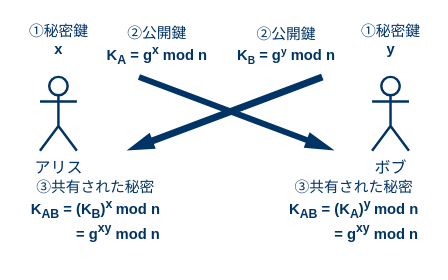
Above: img/8-dh-key-exchange.dio in akakou-doc/pubkey-crypto (draw.io), before the change. Source tidied: cells renumbered, new cells numbered last; positions are measured from the earlier drawing's top-left corner, leaving out a move shared by most shapes. Both pictures are drawn from the tidied source at 123%, with x=0, y=0 at pixel (21, 21).
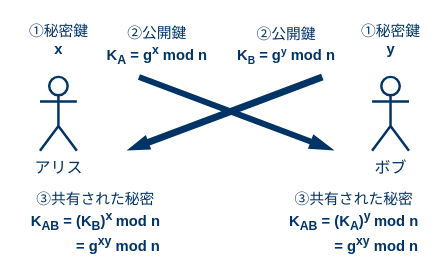
After the change.

Change to the diagram source:
```diff
@@
 <mxGraphModel>
   <root>
     <mxCell id="0" />
     <mxCell id="1" parent="0" />
     <mxCell id="2" value="&lt;font color=&quot;#003366&quot; style=&quot;font-size: 13px&quot;&gt;アリス&lt;br&gt;&lt;/font&gt;" style="shape=umlActor;verticalLabelPosition=bottom;labelBackgroundColor=#ffffff;verticalAlign=top;html=1;strokeColor=#003366;strokeWidth=2;" parent="1" vertex="1">
       <mxGeometry x="15" y="45" width="30" height="60" as="geometry" />
     </mxCell>
     <mxCell id="3" value="&lt;font color=&quot;#003366&quot; style=&quot;font-size: 13px&quot;&gt;ボブ&lt;br&gt;&lt;/font&gt;" style="shape=umlActor;verticalLabelPosition=bottom;labelBackgroundColor=#ffffff;verticalAlign=top;html=1;strokeColor=#003366;strokeWidth=2;" parent="1" vertex="1">
       <mxGeometry x="285" y="45" width="30" height="60" as="geometry" />
     </mxCell>
-    <mxCell id="4" style="shape=flexArrow;endArrow=classic;html=1;endWidth=7.359999999999999;endSize=7.208;fillColor=#003366;strokeColor=none;startSize=6;width=5.6;" parent="1" edge="1">
+    <mxCell id="4" style="shape=flexArrow;endArrow=classic;html=1;endWidth=5.8;endSize=6;fillColor=#003366;strokeColor=none;startSize=6;width=5.6;" parent="1" edge="1">
       <mxGeometry relative="1" as="geometry">
         <mxPoint x="245" y="45" as="sourcePoint" />
         <mxPoint x="85" y="105" as="targetPoint" />
       </mxGeometry>
     </mxCell>
-    <mxCell id="5" style="shape=flexArrow;endArrow=classic;html=1;endWidth=7.68;endSize=7.756;fillColor=#003366;strokeColor=none;startSize=6;width=4.8;" parent="1" edge="1">
+    <mxCell id="5" style="shape=flexArrow;endArrow=classic;html=1;endWidth=6.733333333333333;endSize=6.6066666666666665;fillColor=#003366;strokeColor=none;startSize=6;width=4.8;" parent="1" edge="1">
       <mxGeometry relative="1" as="geometry">
         <mxPoint x="95" y="45" as="sourcePoint" />
         <mxPoint x="255" y="105" as="targetPoint" />
       </mxGeometry>
     </mxCell>
     <mxCell id="6" value="&lt;font color=&quot;#003366&quot;&gt;①秘密鍵&lt;br&gt;&lt;b&gt;y&lt;/b&gt;&lt;/font&gt;" style="text;html=1;align=center;verticalAlign=middle;" parent="1" vertex="1">
       <mxGeometry x="270" width="60" height="30" as="geometry" />
     </mxCell>
     <mxCell id="7" value="&lt;font color=&quot;#003366&quot;&gt;①秘密鍵&lt;br&gt;&lt;b&gt;x&lt;/b&gt;&lt;/font&gt;" style="text;html=1;align=center;verticalAlign=middle;" parent="1" vertex="1">
       <mxGeometry width="60" height="30" as="geometry" />
     </mxCell>
     <mxCell id="8" value="&lt;font color=&quot;#003366&quot;&gt;②公開鍵&lt;br&gt;&lt;b&gt;K&lt;sub&gt;A&lt;/sub&gt; = g&lt;sup&gt;x&lt;/sup&gt; mod n&lt;/b&gt;&lt;/font&gt;&lt;sup&gt;&lt;br&gt;&lt;/sup&gt;" style="text;html=1;align=center;verticalAlign=middle;" parent="1" vertex="1">
       <mxGeometry x="60" width="100" height="40" as="geometry" />
     </mxCell>
     <mxCell id="9" value="&lt;font color=&quot;#003366&quot;&gt;②公開鍵&lt;br&gt;&lt;b&gt;K&lt;span style=&quot;font-size: 10px&quot;&gt;&lt;sub&gt;B&lt;/sub&gt;&lt;/span&gt;&amp;nbsp;= g&lt;span style=&quot;font-size: 10px&quot;&gt;&lt;sup&gt;y&lt;/sup&gt;&lt;/span&gt;&amp;nbsp;mod n&lt;/b&gt;&lt;/font&gt;&lt;sup&gt;&lt;br&gt;&lt;/sup&gt;" style="text;html=1;align=center;verticalAlign=middle;" parent="1" vertex="1">
       <mxGeometry x="170" width="90" height="40" as="geometry" />
     </mxCell>
     <mxCell id="10" value="&lt;font color=&quot;#003366&quot;&gt;③共有された秘密&lt;br&gt;&lt;b&gt;K&lt;sub&gt;AB&lt;/sub&gt;&amp;nbsp;= (K&lt;sub&gt;B&lt;/sub&gt;)&lt;sup&gt;x&lt;/sup&gt;&lt;span style=&quot;font-size: 10px&quot;&gt;&amp;nbsp;&lt;/span&gt;mod n&lt;br&gt;&amp;nbsp; &amp;nbsp; &amp;nbsp; &amp;nbsp; &amp;nbsp; &amp;nbsp;= g&lt;sup&gt;xy&lt;/sup&gt;&amp;nbsp;mod n&lt;/b&gt;&lt;/font&gt;&lt;sup&gt;&lt;br&gt;&lt;/sup&gt;" style="text;html=1;align=center;verticalAlign=middle;" parent="1" vertex="1">
-      <mxGeometry y="124" width="120" height="60" as="geometry" />
+      <mxGeometry y="134" width="120" height="60" as="geometry" />
     </mxCell>
     <mxCell id="11" value="&lt;font color=&quot;#003366&quot;&gt;③共有された秘密&lt;br&gt;&lt;b&gt;K&lt;sub&gt;AB&lt;/sub&gt; = (K&lt;sub&gt;A&lt;/sub&gt;)&lt;sup&gt;y&lt;/sup&gt;&lt;span style=&quot;font-size: 10px&quot;&gt;&amp;nbsp;&lt;/span&gt;mod n&lt;br&gt;&amp;nbsp; &amp;nbsp; &amp;nbsp; &amp;nbsp; &amp;nbsp; &amp;nbsp;= g&lt;sup&gt;xy&lt;/sup&gt;&amp;nbsp;mod n&lt;/b&gt;&lt;/font&gt;&lt;sup&gt;&lt;br&gt;&lt;/sup&gt;" style="text;html=1;align=center;verticalAlign=middle;" parent="1" vertex="1">
-      <mxGeometry x="210" y="124" width="120" height="60" as="geometry" />
+      <mxGeometry x="210" y="134" width="120" height="60" as="geometry" />
     </mxCell>
   </root>
 </mxGraphModel>
```
